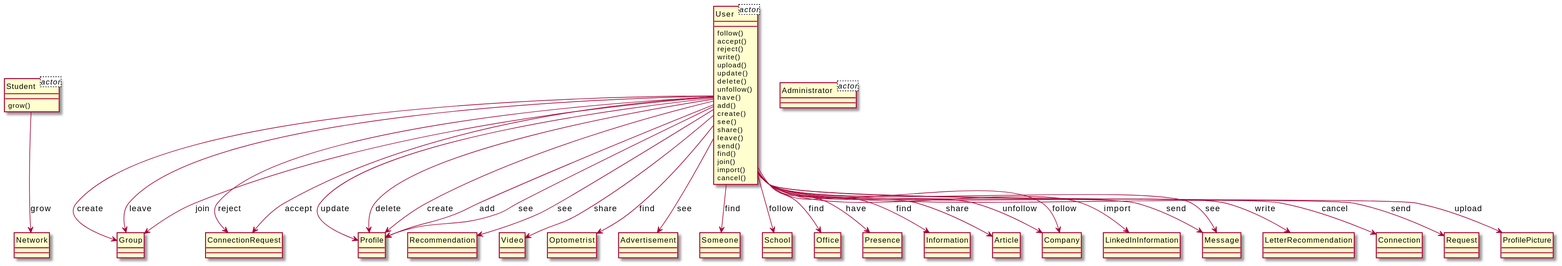
Above: output/diagram_5/2014-USC-Project06.svg in xixixhalu/DomainModelExtractor (PlantUML), before the change.
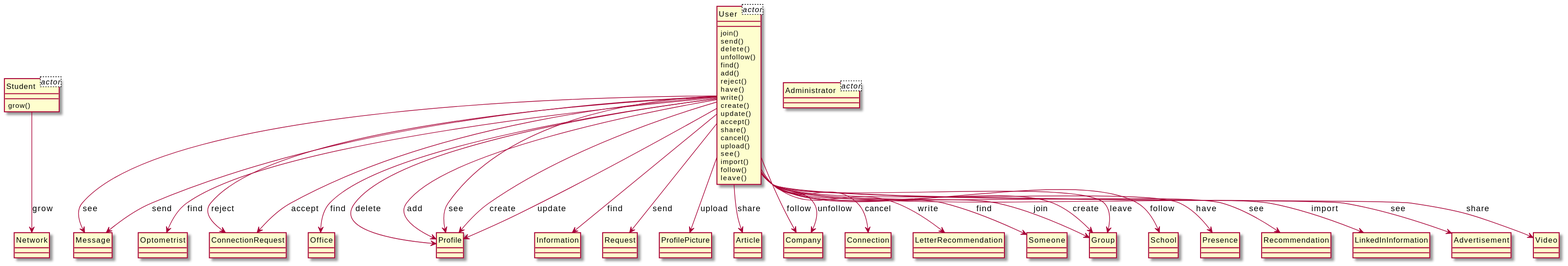
After the commit.

The edit, as a diff of the source:
```diff
@@ -7,99 +7,99 @@
 class Administrator<actor> {
 }
 class User {
-	follow()
-	accept()
-	reject()
-	write()
-	upload()
-	update()
+	join()
+	send()
 	delete()
 	unfollow()
+	find()
+	add()
+	reject()
 	have()
-	add()
+	write()
 	create()
+	update()
+	accept()
+	share()
+	cancel()
+	upload()
 	see()
-	share()
+	import()
+	follow()
 	leave()
-	send()
-	find()
-	join()
-	import()
-	cancel()
+}
+class Message {
+}
+class Optometrist {
+}
+class ConnectionRequest {
+}
+class Office {
+}
+class Profile {
+}
+class Information {
+}
+class Request {
+}
+class ProfilePicture {
+}
+class Article {
+}
+class Company {
+}
+class Connection {
+}
+class LetterRecommendation {
+}
+class Someone {
 }
 class Group {
 }
-class ConnectionRequest {
+class School {
 }
-class Profile {
+class Presence {
 }
 class Recommendation {
 }
-class Video {
-}
-class Optometrist {
-}
-class Advertisement {
-}
-class Someone {
-}
-class School {
+class LinkedInInformation {
 }
 class Student {
 	grow()
 }
 class Network {
 }
-class Office {
+class Advertisement {
 }
-class Presence {
+class Video {
 }
-class Information {
-}
-class Article {
-}
-class Company {
-}
-class LinkedInInformation {
-}
-class Message {
-}
-class LetterRecommendation {
-}
-class Connection {
-}
-class Request {
-}
-class ProfilePicture {
-}
-User --> Profile : update
-Student --> Network : grow
-User --> Company : unfollow
-User --> Recommendation : see
+User --> School : follow
 User --> Office : find
-User --> LinkedInInformation : import
-User --> Video : share
-User --> Message : send
-User --> Optometrist : find
-User --> School : follow
+User --> LetterRecommendation : write
+User --> Presence : have
 User --> Profile : delete
-User --> LetterRecommendation : write
-User --> Profile : create
-User --> Advertisement : see
-User --> Group : create
-User --> Connection : cancel
+User --> Someone : find
 User --> Profile : add
 User --> Profile : see
+User --> Recommendation : see
+User --> Information : find
+User --> LinkedInInformation : import
 User --> Request : send
-User --> Someone : find
-User --> Message : see
+User --> Company : follow
+User --> Connection : cancel
 User --> ConnectionRequest : reject
 User --> ProfilePicture : upload
+Student --> Network : grow
+User --> Article : share
+User --> Advertisement : see
+User --> Group : join
+User --> Message : see
+User --> Message : send
+User --> Profile : create
+User --> Video : share
+User --> Group : create
+User --> Optometrist : find
 User --> Group : leave
-User --> Presence : have
-User --> Company : follow
+User --> Profile : update
 User --> ConnectionRequest : accept
-User --> Information : find
-User --> Group : join
-User --> Article : share
+User --> Company : unfollow
 @enduml
```
